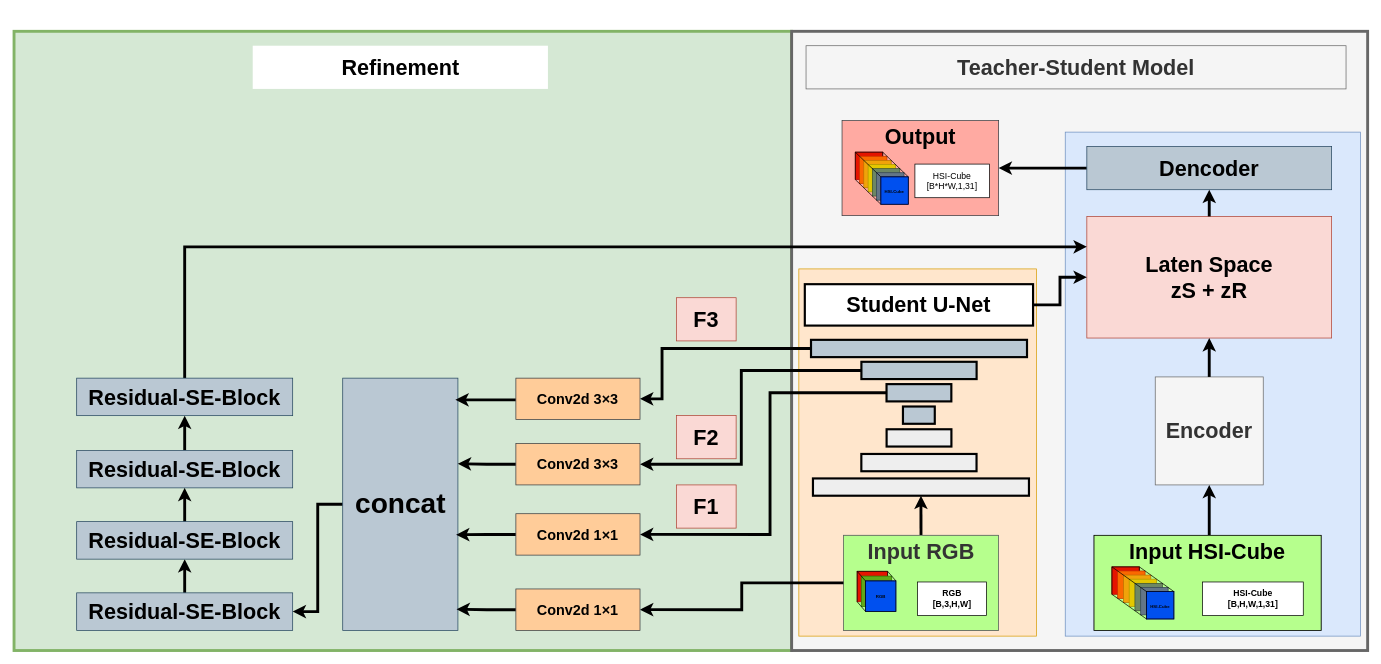
This is page "Seite-1" (1 of 3) of deltaRefinement.drawio from Kevb-source/diagramms.net, a draw.io file, before an edit. Source tidied: cells renumbered, new cells numbered last; positions are measured from the earlier drawing's top-left corner, leaving out a move shared by most shapes. Both pictures are drawn from the tidied source at 72%, with x=0, y=0 at pixel (14, 31).
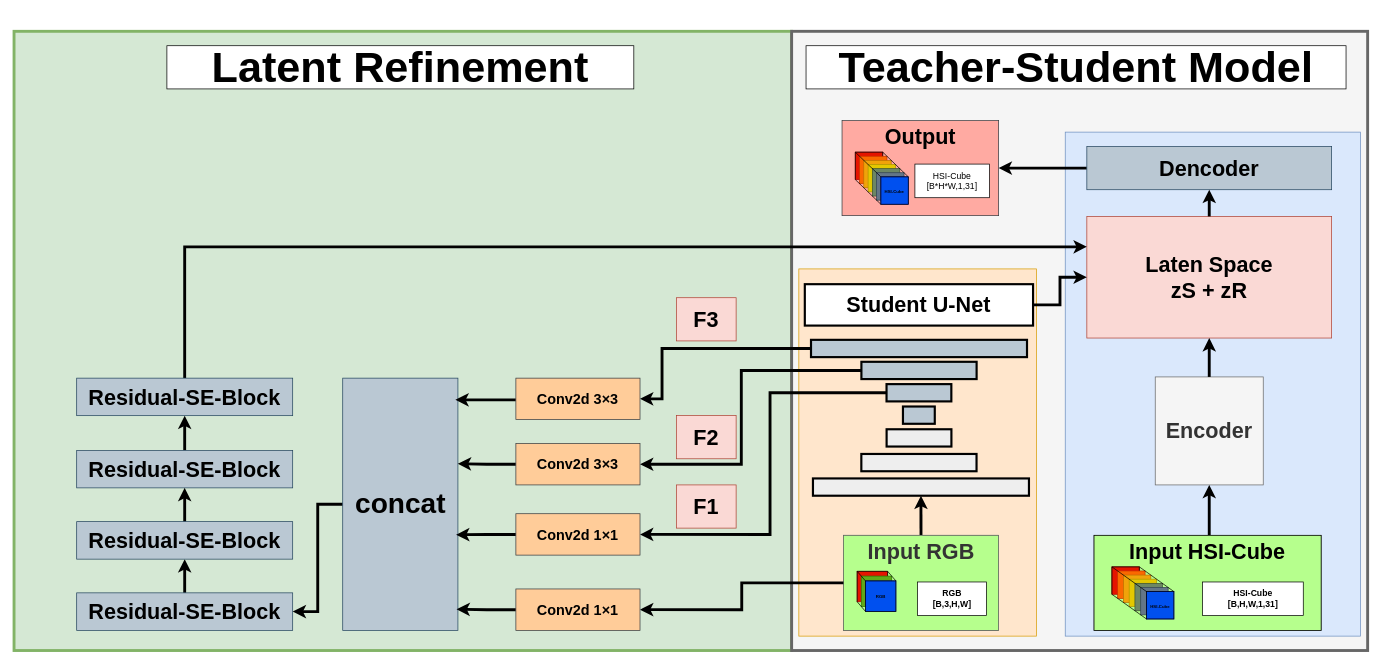
Above is the later version.

Unchanged cells that the change refers to:
```xml
<mxCell id="3" style="group;fillColor=default;" parent="1" vertex="1">
  <mxGeometry x="1080" width="800" height="860" as="geometry" />
</mxCell>
```

The edit, as a diff of the source:
```diff
@@
-    <mxCell id="5" value="&lt;h1&gt;&lt;font style=&quot;font-size: 30px;&quot;&gt;Teacher-Student Model&lt;/font&gt;&lt;/h1&gt;" style="rounded=0;whiteSpace=wrap;html=1;strokeColor=#666666;fillColor=#f5f5f5;fontColor=#333333;" parent="3" vertex="1">
+    <mxCell id="5" value="&lt;h1&gt;&lt;font&gt;Teacher-Student Model&lt;/font&gt;&lt;/h1&gt;" style="rounded=0;whiteSpace=wrap;html=1;fontSize=30;" parent="3" vertex="1">
       <mxGeometry x="20" y="20" width="750" height="60" as="geometry" />
     </mxCell>
@@
-    <mxCell id="94" value="&lt;h1&gt;&lt;font style=&quot;font-size: 30px;&quot;&gt;Refinement&lt;/font&gt;&lt;/h1&gt;" style="rounded=0;whiteSpace=wrap;html=1;strokeColor=none;" parent="1" vertex="1">
-      <mxGeometry x="331.5" y="20" width="410" height="60" as="geometry" />
+    <mxCell id="94" value="&lt;h1&gt;&lt;font&gt;&lt;span style=&quot;font-family: Aptos; color: black; font-weight: bold;&quot;&gt;Latent&amp;nbsp;&lt;/span&gt;&lt;font&gt;Refinement&lt;/font&gt;&lt;/font&gt;&lt;/h1&gt;" style="rounded=0;whiteSpace=wrap;html=1;fontSize=30;" parent="1" vertex="1">
+      <mxGeometry x="212.3" y="20" width="648.5" height="60" as="geometry" />
     </mxCell>
```
